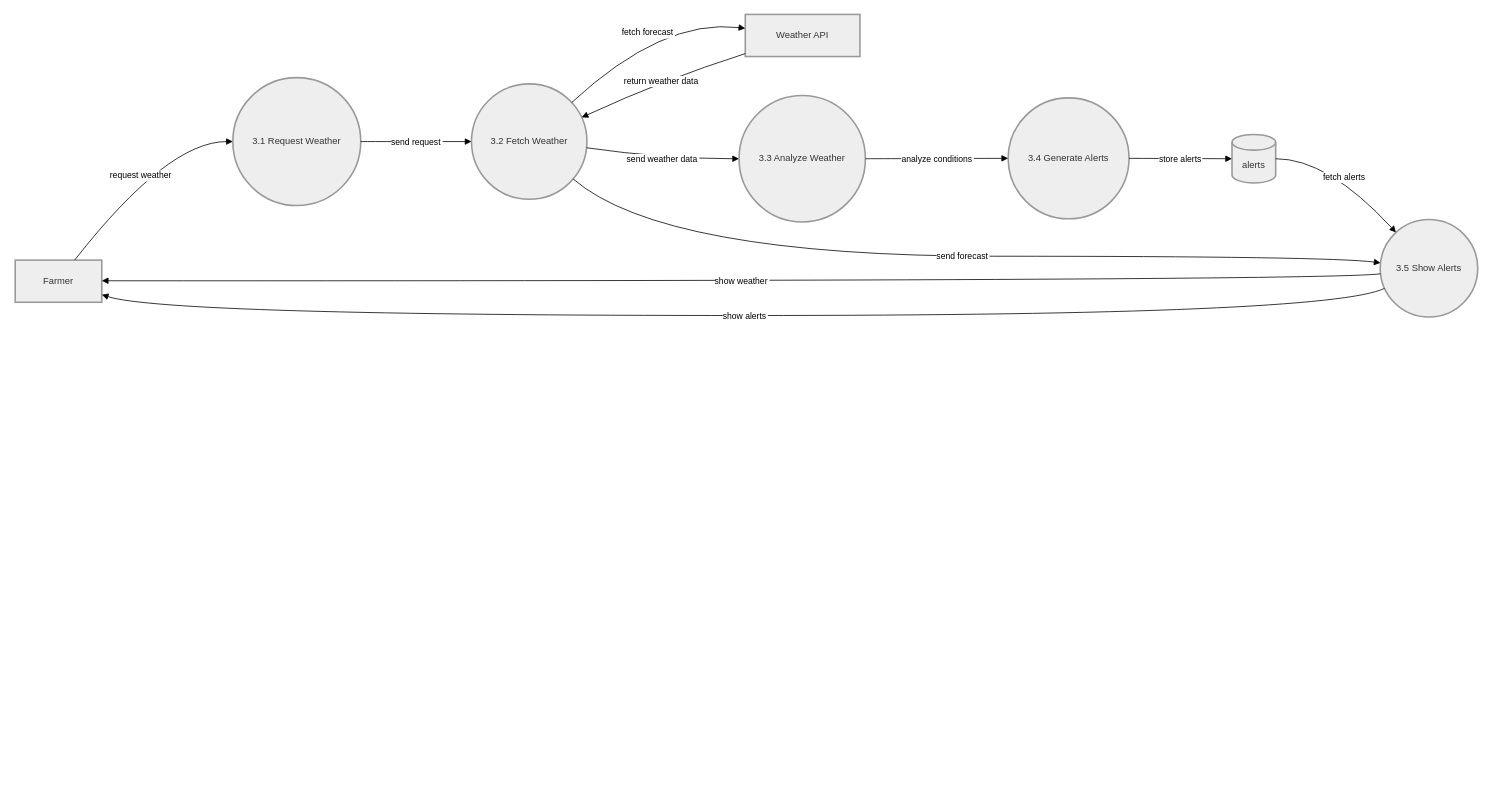
bidur7745/Drawio-Files keeps this draw.io diagram as final/Sequence Diagram for Process 3.0 Weather Monitoring and Alerts.drawio. Above is the earlier version. Source tidied: cells renumbered, new cells numbered last; positions are measured from the earlier drawing's top-left corner, leaving out a move shared by most shapes. Both pictures are drawn from the tidied source at 78%, with x=0, y=0 at pixel (15, 14).
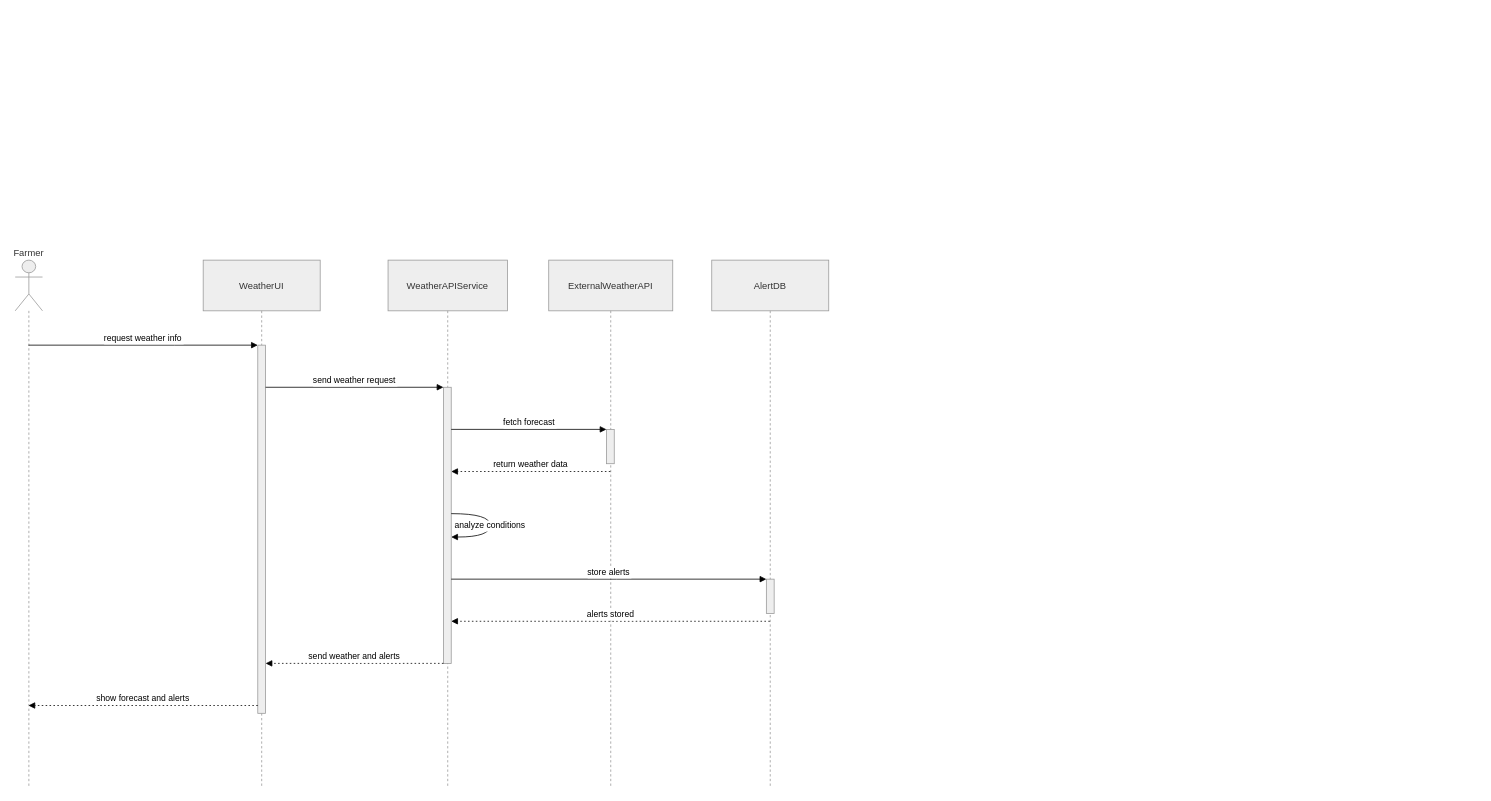
The same diagram, later.

What changed in the source:
```diff
@@
-    <mxCell id="2" value="Farmer" style="whiteSpace=wrap;strokeWidth=2;fillColor=light-dark(#eeeeee,#1f2020);strokeColor=light-dark(#999999,#cccccc);fontColor=light-dark(#333333,#cccccc);" parent="1" vertex="1">
-      <mxGeometry y="315" width="111" height="54" as="geometry" />
+    <mxCell id="2" value="Farmer" style="shape=umlLifeline;perimeter=lifelinePerimeter;whiteSpace=wrap;outlineConnect=0;portConstraint=eastwest;newEdgeStyle={&quot;edgeStyle&quot;:&quot;elbowEdgeStyle&quot;,&quot;elbow&quot;:&quot;vertical&quot;,&quot;curved&quot;:0,&quot;rounded&quot;:0};participant=umlActor;verticalAlign=bottom;labelPosition=center;verticalLabelPosition=top;align=center;size=65;fillColor=light-dark(#eeeeee,#1f2020);strokeColor=light-dark(#999999,#cccccc);fontColor=light-dark(#333333,#cccccc);" parent="1" vertex="1">
+      <mxGeometry y="315" width="35" height="676" as="geometry" />
     </mxCell>
-    <mxCell id="3" value="Weather API" style="whiteSpace=wrap;strokeWidth=2;fillColor=light-dark(#eeeeee,#1f2020);strokeColor=light-dark(#999999,#cccccc);fontColor=light-dark(#333333,#cccccc);" parent="1" vertex="1">
-      <mxGeometry x="936" width="147" height="54" as="geometry" />
-    </mxCell>
-    <mxCell id="4" value="3.1 Request Weather" style="ellipse;strokeWidth=2;whiteSpace=wrap;fillColor=light-dark(#eeeeee,#1f2020);strokeColor=light-dark(#999999,#cccccc);fontColor=light-dark(#333333,#cccccc);" parent="1" vertex="1">
-      <mxGeometry x="279" y="81" width="164" height="164" as="geometry" />
-    </mxCell>
-    <mxCell id="5" value="3.2 Fetch Weather" style="ellipse;strokeWidth=2;whiteSpace=wrap;fillColor=light-dark(#eeeeee,#1f2020);strokeColor=light-dark(#999999,#cccccc);fontColor=light-dark(#333333,#cccccc);" parent="1" vertex="1">
-      <mxGeometry x="585" y="89" width="148" height="148" as="geometry" />
-    </mxCell>
-    <mxCell id="6" value="3.3 Analyze Weather" style="ellipse;strokeWidth=2;whiteSpace=wrap;fillColor=light-dark(#eeeeee,#1f2020);strokeColor=light-dark(#999999,#cccccc);fontColor=light-dark(#333333,#cccccc);" parent="1" vertex="1">
-      <mxGeometry x="928" y="104" width="162" height="162" as="geometry" />
-    </mxCell>
-    <mxCell id="7" value="3.4 Generate Alerts" style="ellipse;strokeWidth=2;whiteSpace=wrap;fillColor=light-dark(#eeeeee,#1f2020);strokeColor=light-dark(#999999,#cccccc);fontColor=light-dark(#333333,#cccccc);" parent="1" vertex="1">
-      <mxGeometry x="1273" y="107" width="155" height="155" as="geometry" />
-    </mxCell>
-    <mxCell id="8" value="3.5 Show Alerts" style="ellipse;strokeWidth=2;whiteSpace=wrap;fillColor=light-dark(#eeeeee,#1f2020);strokeColor=light-dark(#999999,#cccccc);fontColor=light-dark(#333333,#cccccc);" parent="1" vertex="1">
-      <mxGeometry x="1750" y="263" width="125" height="125" as="geometry" />
-    </mxCell>
-    <mxCell id="9" value="alerts" style="shape=cylinder3;boundedLbl=1;backgroundOutline=1;size=10;strokeWidth=2;whiteSpace=wrap;fillColor=light-dark(#eeeeee,#1f2020);strokeColor=light-dark(#999999,#cccccc);fontColor=light-dark(#333333,#cccccc);" parent="1" vertex="1">
-      <mxGeometry x="1560" y="154" width="56" height="62" as="geometry" />
-    </mxCell>
-    <mxCell id="10" value="request weather" style="curved=1;startArrow=none;endArrow=block;exitX=0.69;exitY=-0.01;entryX=0;entryY=0.5;rounded=0;" parent="1" edge="1" source="2" target="4">
-      <mxGeometry relative="1" as="geometry">
-        <Array as="points">
-          <mxPoint x="195" y="163" />
-        </Array>
-      </mxGeometry>
-    </mxCell>
-    <mxCell id="11" value="send request" style="curved=1;startArrow=none;endArrow=block;exitX=1;exitY=0.5;entryX=0;entryY=0.5;rounded=0;" parent="1" edge="1" source="4" target="5">
-      <mxGeometry relative="1" as="geometry" />
-    </mxCell>
+    <mxCell id="21" value="WeatherUI" style="shape=umlLifeline;perimeter=lifelinePerimeter;whiteSpace=wrap;newEdgeStyle={&quot;edgeStyle&quot;:&quot;elbowEdgeStyle&quot;,&quot;elbow&quot;:&quot;vertical&quot;,&quot;curved&quot;:0,&quot;rounded&quot;:0};size=65;fillColor=light-dark(#eeeeee,#1f2020);strokeColor=light-dark(#999999,#cccccc);fontColor=light-dark(#333333,#cccccc);" parent="1" vertex="1">
+      <mxGeometry x="241" y="315" width="150" height="676" as="geometry" />
+    </mxCell>
+    <mxCell id="22" style="points=[];perimeter=orthogonalPerimeter;outlineConnect=0;targetShapes=umlLifeline;portConstraint=eastwest;newEdgeStyle={&quot;edgeStyle&quot;:&quot;elbowEdgeStyle&quot;,&quot;elbow&quot;:&quot;vertical&quot;,&quot;curved&quot;:0,&quot;rounded&quot;:0};fillColor=light-dark(#eeeeee,#1f2020);strokeColor=light-dark(#999999,#cccccc);fontColor=light-dark(#333333,#cccccc);" parent="21" vertex="1">
+      <mxGeometry x="70" y="109" width="10" height="472" as="geometry" />
+    </mxCell>
+    <mxCell id="23" value="WeatherAPIService" style="shape=umlLifeline;perimeter=lifelinePerimeter;whiteSpace=wrap;newEdgeStyle={&quot;edgeStyle&quot;:&quot;elbowEdgeStyle&quot;,&quot;elbow&quot;:&quot;vertical&quot;,&quot;curved&quot;:0,&quot;rounded&quot;:0};size=65;fillColor=light-dark(#eeeeee,#1f2020);strokeColor=light-dark(#999999,#cccccc);fontColor=light-dark(#333333,#cccccc);" parent="1" vertex="1">
+      <mxGeometry x="478" y="315" width="153" height="676" as="geometry" />
+    </mxCell>
+    <mxCell id="24" style="points=[];perimeter=orthogonalPerimeter;outlineConnect=0;targetShapes=umlLifeline;portConstraint=eastwest;newEdgeStyle={&quot;edgeStyle&quot;:&quot;elbowEdgeStyle&quot;,&quot;elbow&quot;:&quot;vertical&quot;,&quot;curved&quot;:0,&quot;rounded&quot;:0};fillColor=light-dark(#eeeeee,#1f2020);strokeColor=light-dark(#999999,#cccccc);fontColor=light-dark(#333333,#cccccc);" parent="23" vertex="1">
+      <mxGeometry x="71" y="163" width="10" height="354" as="geometry" />
+    </mxCell>
+    <mxCell id="25" value="ExternalWeatherAPI" style="shape=umlLifeline;perimeter=lifelinePerimeter;whiteSpace=wrap;outlineConnect=0;portConstraint=eastwest;newEdgeStyle={&quot;edgeStyle&quot;:&quot;elbowEdgeStyle&quot;,&quot;elbow&quot;:&quot;vertical&quot;,&quot;curved&quot;:0,&quot;rounded&quot;:0};size=65;fillColor=light-dark(#eeeeee,#1f2020);strokeColor=light-dark(#999999,#cccccc);fontColor=light-dark(#333333,#cccccc);" parent="1" vertex="1">
+      <mxGeometry x="684" y="315" width="159" height="676" as="geometry" />
+    </mxCell>
+    <mxCell id="26" style="points=[];perimeter=orthogonalPerimeter;outlineConnect=0;targetShapes=umlLifeline;portConstraint=eastwest;newEdgeStyle={&quot;edgeStyle&quot;:&quot;elbowEdgeStyle&quot;,&quot;elbow&quot;:&quot;vertical&quot;,&quot;curved&quot;:0,&quot;rounded&quot;:0};fillColor=light-dark(#eeeeee,#1f2020);strokeColor=light-dark(#999999,#cccccc);fontColor=light-dark(#333333,#cccccc);" parent="25" vertex="1">
+      <mxGeometry x="74" y="217" width="10" height="44" as="geometry" />
+    </mxCell>
+    <mxCell id="27" value="AlertDB" style="shape=umlLifeline;perimeter=lifelinePerimeter;whiteSpace=wrap;outlineConnect=0;portConstraint=eastwest;newEdgeStyle={&quot;edgeStyle&quot;:&quot;elbowEdgeStyle&quot;,&quot;elbow&quot;:&quot;vertical&quot;,&quot;curved&quot;:0,&quot;rounded&quot;:0};size=65;fillColor=light-dark(#eeeeee,#1f2020);strokeColor=light-dark(#999999,#cccccc);fontColor=light-dark(#333333,#cccccc);" parent="1" vertex="1">
+      <mxGeometry x="893" y="315" width="150" height="676" as="geometry" />
+    </mxCell>
+    <mxCell id="28" style="points=[];perimeter=orthogonalPerimeter;outlineConnect=0;targetShapes=umlLifeline;portConstraint=eastwest;newEdgeStyle={&quot;edgeStyle&quot;:&quot;elbowEdgeStyle&quot;,&quot;elbow&quot;:&quot;vertical&quot;,&quot;curved&quot;:0,&quot;rounded&quot;:0};fillColor=light-dark(#eeeeee,#1f2020);strokeColor=light-dark(#999999,#cccccc);fontColor=light-dark(#333333,#cccccc);" parent="27" vertex="1">
+      <mxGeometry x="70" y="409" width="10" height="44" as="geometry" />
+    </mxCell>
+    <mxCell id="29" value="request weather info" style="verticalAlign=bottom;edgeStyle=elbowEdgeStyle;elbow=vertical;curved=0;rounded=0;endArrow=block;" parent="1" edge="1" source="2" target="22">
+      <mxGeometry relative="1" as="geometry">
+        <Array as="points">
+          <mxPoint x="204" y="424" />
+        </Array>
+      </mxGeometry>
+    </mxCell>
+    <mxCell id="30" value="send weather request" style="verticalAlign=bottom;edgeStyle=elbowEdgeStyle;elbow=vertical;curved=0;rounded=0;endArrow=block;" parent="1" edge="1" source="22" target="24">
+      <mxGeometry relative="1" as="geometry">
+        <Array as="points">
+          <mxPoint x="446" y="478" />
+        </Array>
+      </mxGeometry>
+    </mxCell>
-    <mxCell id="12" value="fetch forecast" style="curved=1;startArrow=none;endArrow=block;exitX=1;exitY=0.04;entryX=0;entryY=0.33;rounded=0;" parent="1" edge="1" source="5" target="3">
+    <mxCell id="12" value="fetch forecast" style="verticalAlign=bottom;edgeStyle=elbowEdgeStyle;elbow=vertical;curved=0;rounded=0;endArrow=block;" parent="1" edge="1" source="24" target="26">
       <mxGeometry relative="1" as="geometry">
         <Array as="points">
-          <mxPoint x="830" y="5" />
+          <mxPoint x="669" y="532" />
         </Array>
       </mxGeometry>
     </mxCell>
-    <mxCell id="13" value="return weather data" style="curved=1;startArrow=none;endArrow=block;exitX=0;exitY=0.93;entryX=1;entryY=0.27;rounded=0;" parent="1" edge="1" source="3" target="5">
+    <mxCell id="13" value="return weather data" style="verticalAlign=bottom;edgeStyle=elbowEdgeStyle;elbow=vertical;curved=0;rounded=0;dashed=1;dashPattern=2 3;endArrow=block;" parent="1" edge="1" source="25" target="24">
       <mxGeometry relative="1" as="geometry">
         <Array as="points">
-          <mxPoint x="830" y="84" />
+          <mxPoint x="670" y="586" />
         </Array>
       </mxGeometry>
     </mxCell>
-    <mxCell id="14" value="send weather data" style="curved=1;startArrow=none;endArrow=block;exitX=1;exitY=0.56;entryX=0;entryY=0.5;rounded=0;" parent="1" edge="1" source="5" target="6">
-      <mxGeometry relative="1" as="geometry">
-        <Array as="points">
-          <mxPoint x="830" y="185" />
-        </Array>
-      </mxGeometry>
-    </mxCell>
-    <mxCell id="15" value="analyze conditions" style="curved=1;startArrow=none;endArrow=block;exitX=1;exitY=0.5;entryX=0;entryY=0.5;rounded=0;" parent="1" edge="1" source="6" target="7">
-      <mxGeometry relative="1" as="geometry" />
+    <mxCell id="15" value="analyze conditions" style="curved=1;endArrow=block;rounded=0;" parent="1" edge="1" source="24" target="24">
+      <mxGeometry relative="1" as="geometry">
+        <Array as="points">
+          <mxPoint x="609" y="640" />
+          <mxPoint x="609" y="670" />
+        </Array>
+      </mxGeometry>
     </mxCell>
-    <mxCell id="16" value="store alerts" style="curved=1;startArrow=none;endArrow=block;exitX=1;exitY=0.5;entryX=0;entryY=0.5;rounded=0;" parent="1" edge="1" source="7" target="9">
-      <mxGeometry relative="1" as="geometry" />
+    <mxCell id="16" value="store alerts" style="verticalAlign=bottom;edgeStyle=elbowEdgeStyle;elbow=vertical;curved=0;rounded=0;endArrow=block;" parent="1" edge="1" source="24" target="28">
+      <mxGeometry relative="1" as="geometry">
+        <Array as="points">
+          <mxPoint x="771" y="724" />
+        </Array>
+      </mxGeometry>
     </mxCell>
-    <mxCell id="17" value="fetch alerts" style="curved=1;startArrow=none;endArrow=block;exitX=1;exitY=0.5;entryX=0.04;entryY=0;rounded=0;" parent="1" edge="1" source="9" target="8">
-      <mxGeometry relative="1" as="geometry">
-        <Array as="points">
-          <mxPoint x="1683" y="185" />
-        </Array>
-      </mxGeometry>
-    </mxCell>
-    <mxCell id="18" value="send forecast" style="curved=1;startArrow=none;endArrow=block;exitX=1;exitY=0.93;entryX=0;entryY=0.44;rounded=0;" parent="1" edge="1" source="5" target="8">
-      <mxGeometry relative="1" as="geometry">
-        <Array as="points">
-          <mxPoint x="830" y="310" />
-          <mxPoint x="1683" y="310" />
-        </Array>
-      </mxGeometry>
-    </mxCell>
-    <mxCell id="19" value="show weather" style="curved=1;startArrow=none;endArrow=block;exitX=0;exitY=0.56;entryX=1;entryY=0.49;rounded=0;" parent="1" edge="1" source="8" target="2">
-      <mxGeometry relative="1" as="geometry">
-        <Array as="points">
-          <mxPoint x="1683" y="342" />
-        </Array>
-      </mxGeometry>
-    </mxCell>
-    <mxCell id="20" value="show alerts" style="curved=1;startArrow=none;endArrow=block;exitX=0;exitY=0.73;entryX=1;entryY=0.82;rounded=0;" parent="1" edge="1" source="8" target="2">
-      <mxGeometry relative="1" as="geometry">
-        <Array as="points">
-          <mxPoint x="1683" y="386" />
-          <mxPoint x="195" y="386" />
-        </Array>
-      </mxGeometry>
-    </mxCell>
+    <mxCell id="31" value="alerts stored" style="verticalAlign=bottom;edgeStyle=elbowEdgeStyle;elbow=vertical;curved=0;rounded=0;dashed=1;dashPattern=2 3;endArrow=block;" parent="1" edge="1" source="27" target="24">
+      <mxGeometry relative="1" as="geometry">
+        <Array as="points">
+          <mxPoint x="772" y="778" />
+        </Array>
+      </mxGeometry>
+    </mxCell>
+    <mxCell id="32" value="send weather and alerts" style="verticalAlign=bottom;edgeStyle=elbowEdgeStyle;elbow=vertical;curved=0;rounded=0;dashed=1;dashPattern=2 3;endArrow=block;" parent="1" edge="1" source="24" target="22">
+      <mxGeometry relative="1" as="geometry">
+        <Array as="points">
+          <mxPoint x="447" y="832" />
+        </Array>
+      </mxGeometry>
+    </mxCell>
+    <mxCell id="33" value="show forecast and alerts" style="verticalAlign=bottom;edgeStyle=elbowEdgeStyle;elbow=vertical;curved=0;rounded=0;dashed=1;dashPattern=2 3;endArrow=block;" parent="1" edge="1" source="22" target="2">
+      <mxGeometry relative="1" as="geometry">
+        <Array as="points">
+          <mxPoint x="205" y="886" />
+        </Array>
+      </mxGeometry>
+    </mxCell>
```
